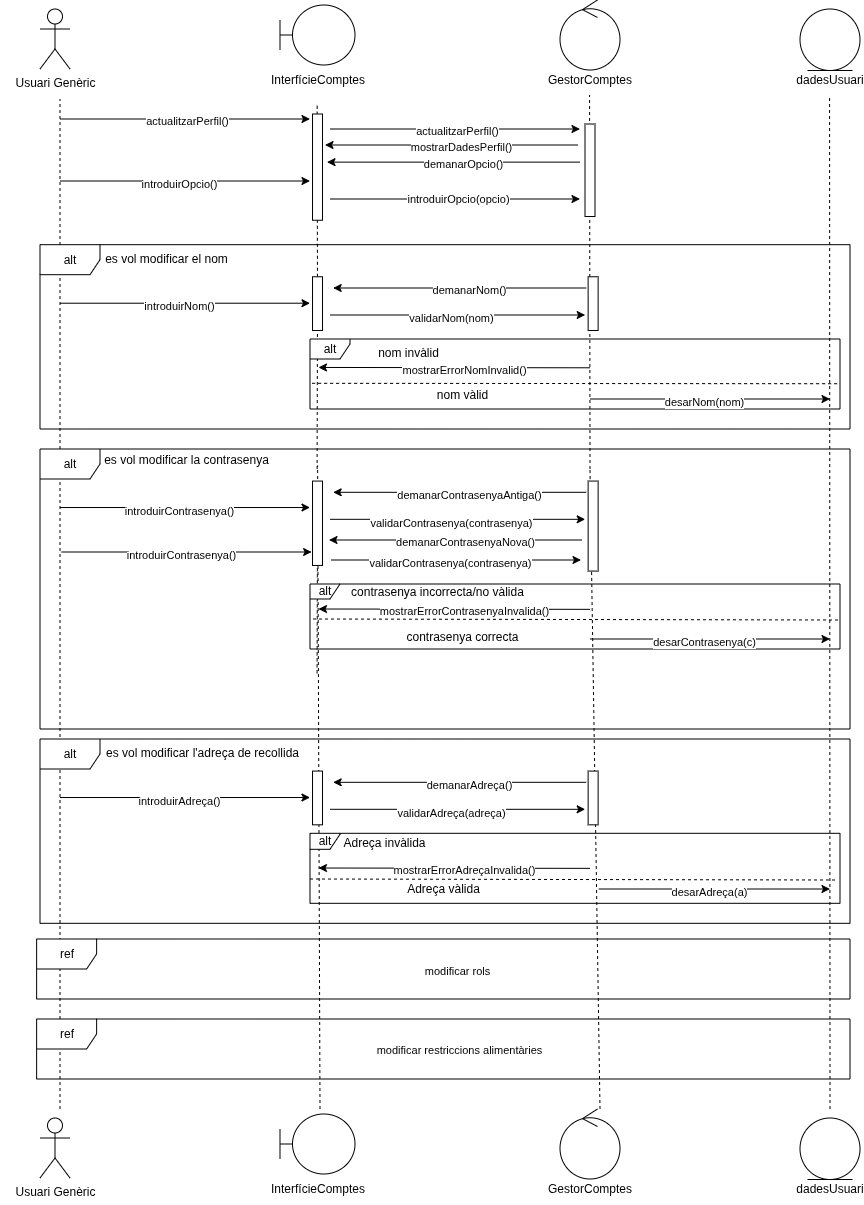
Above: Diagrames/Diagrames seqüència/Diagrames Marcel Pinós Vogel/modificar_perfil.png in MarcelPainos/ES26UAB-431-12 (draw.io), before the change. Source tidied: cells renumbered, new cells last; positions are measured from the earlier drawing's top-left corner, leaving out a move shared by most shapes.
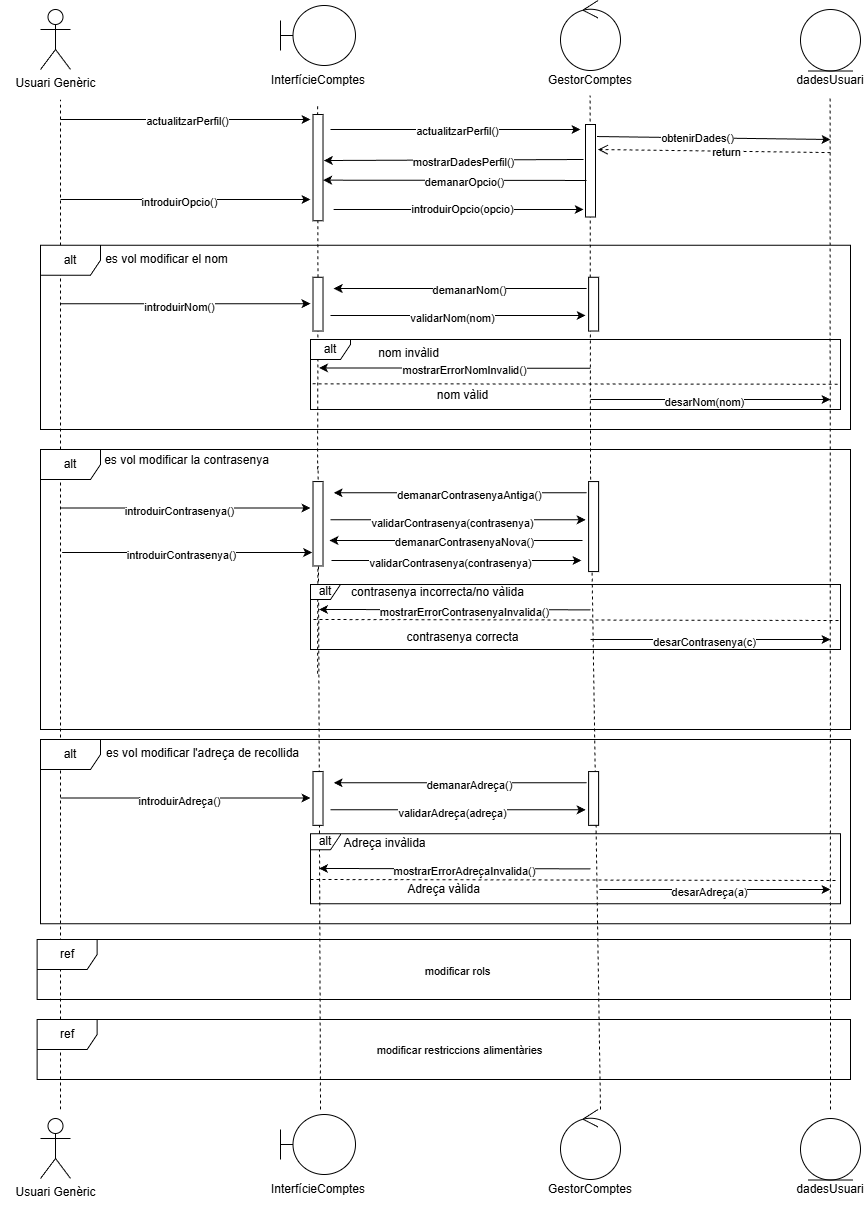
The same diagram one commit later.

What changed in the source:
```diff
@@ -76,19 +76,16 @@
     <mxCell id="20" style="rounded=0;whiteSpace=wrap;html=1;rotation=-90;" parent="1" vertex="1">
       <mxGeometry x="543.8" y="165.2" width="92.5" height="10" as="geometry" />
     </mxCell>
-    <mxCell id="21" style="endArrow=classic;html=1;rounded=0;" parent="1" edge="1">
-      <mxGeometry relative="1" as="geometry">
-        <mxPoint x="580" y="162.1" as="sourcePoint" />
-        <mxPoint x="327" y="162.1" as="targetPoint" />
-      </mxGeometry>
+    <mxCell id="21" style="endArrow=classic;html=1;rounded=0;entryX=0.382;entryY=1.016;entryDx=0;entryDy=0;entryPerimeter=0;exitX=0.395;exitY=0.1;exitDx=0;exitDy=0;exitPerimeter=0;" parent="1" edge="1" source="20" target="17">
+      <mxGeometry relative="1" as="geometry" />
     </mxCell>
     <mxCell id="22" value="demanarOpcio()" style="edgeLabel;html=1;align=center;verticalAlign=middle;" parent="21" vertex="1">
       <mxGeometry x="-0.07" y="2" relative="1" as="geometry" />
     </mxCell>
     <mxCell id="23" style="endArrow=classic;html=1;rounded=0;" parent="1" edge="1">
       <mxGeometry relative="1" as="geometry">
-        <mxPoint x="60" y="181" as="sourcePoint" />
-        <mxPoint x="310" y="181" as="targetPoint" />
+        <mxPoint x="60" y="199" as="sourcePoint" />
+        <mxPoint x="310" y="199" as="targetPoint" />
       </mxGeometry>
     </mxCell>
     <mxCell id="24" value="introduirOpcio()" style="edgeLabel;html=1;align=center;verticalAlign=middle;" parent="23" vertex="1">
@@ -96,8 +93,8 @@
     </mxCell>
     <mxCell id="25" style="endArrow=classic;html=1;rounded=0;" parent="1" edge="1">
       <mxGeometry relative="1" as="geometry">
-        <mxPoint x="330" y="199" as="sourcePoint" />
-        <mxPoint x="580" y="199" as="targetPoint" />
+        <mxPoint x="333.2" y="209" as="sourcePoint" />
+        <mxPoint x="583.2" y="209" as="targetPoint" />
       </mxGeometry>
     </mxCell>
     <mxCell id="26" value="introduirOpcio(opcio)" style="edgeLabel;html=1;align=center;verticalAlign=middle;" parent="25" vertex="1">
@@ -408,14 +405,30 @@
     <mxCell id="103" value="Adreça vàlida" style="text;html=1;whiteSpace=wrap;strokeColor=none;fillColor=none;align=center;verticalAlign=middle;rounded=0;" parent="1" vertex="1">
       <mxGeometry x="391.7" y="874.9" width="103.2" height="28.4" as="geometry" />
     </mxCell>
-    <mxCell id="104" style="endArrow=classic;html=1;rounded=0;" parent="1" edge="1">
+    <mxCell id="104" style="endArrow=classic;html=1;rounded=0;entryX=0.567;entryY=1.083;entryDx=0;entryDy=0;entryPerimeter=0;" parent="1" edge="1" target="17">
       <mxGeometry relative="1" as="geometry">
-        <mxPoint x="578" y="145" as="sourcePoint" />
-        <mxPoint x="325" y="145" as="targetPoint" />
+        <mxPoint x="583" y="159" as="sourcePoint" />
       </mxGeometry>
     </mxCell>
     <mxCell id="105" value="mostrarDadesPerfil()" style="edgeLabel;html=1;align=center;verticalAlign=middle;" parent="104" vertex="1">
       <mxGeometry x="-0.07" y="2" relative="1" as="geometry" />
     </mxCell>
+    <mxCell id="106" style="endArrow=classic;html=1;rounded=0;exitX=0.87;exitY=1.152;exitDx=0;exitDy=0;exitPerimeter=0;" parent="1" edge="1" source="20">
+      <mxGeometry relative="1" as="geometry">
+        <mxPoint x="830" y="139" as="targetPoint" />
+      </mxGeometry>
+    </mxCell>
+    <mxCell id="107" value="obtenirDades()" style="edgeLabel;html=1;align=center;verticalAlign=middle;" parent="106" vertex="1">
+      <mxGeometry x="-0.14" relative="1" as="geometry" />
+    </mxCell>
+    <mxCell id="108" style="html=1;verticalAlign=bottom;endArrow=open;dashed=1;endSize=8;curved=0;rounded=0;entryX=0.655;entryY=1.241;entryDx=0;entryDy=0;entryPerimeter=0;" parent="1" edge="1">
+      <mxGeometry relative="1" as="geometry">
+        <mxPoint x="830" y="152.1" as="sourcePoint" />
+        <mxPoint x="597.4" y="149" as="targetPoint" />
+      </mxGeometry>
+    </mxCell>
+    <mxCell id="109" value="return" style="edgeLabel;html=1;align=center;verticalAlign=middle;" parent="108" vertex="1">
+      <mxGeometry x="-0.11" y="1" relative="1" as="geometry" />
+    </mxCell>
   </root>
 </mxGraphModel>
```
